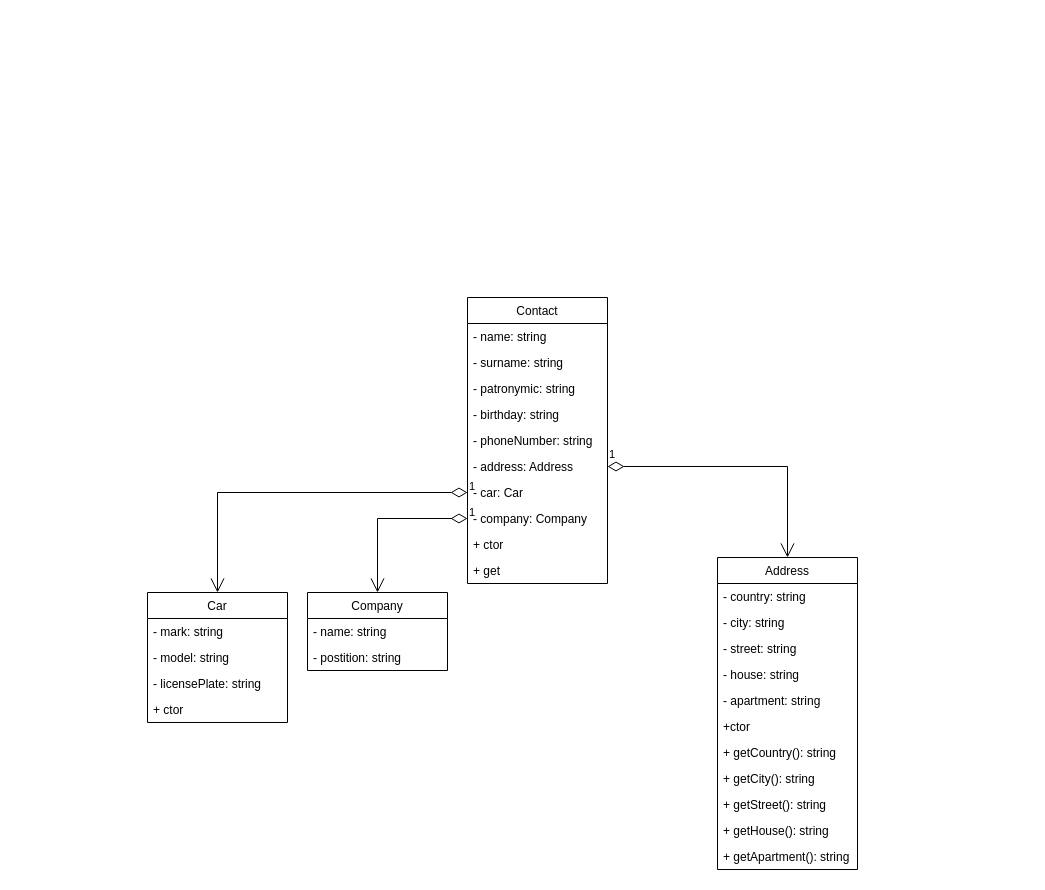
The draw.io diagram UML/Class diagram.drawio in bondarenkoigor/UML-practice, before the edit. Source tidied: cells renumbered, new cells numbered last; positions are measured from the earlier drawing's top-left corner, leaving out a move shared by most shapes. Both pictures are drawn from the tidied source at 100%, with x=0, y=0 at pixel (147, 297).
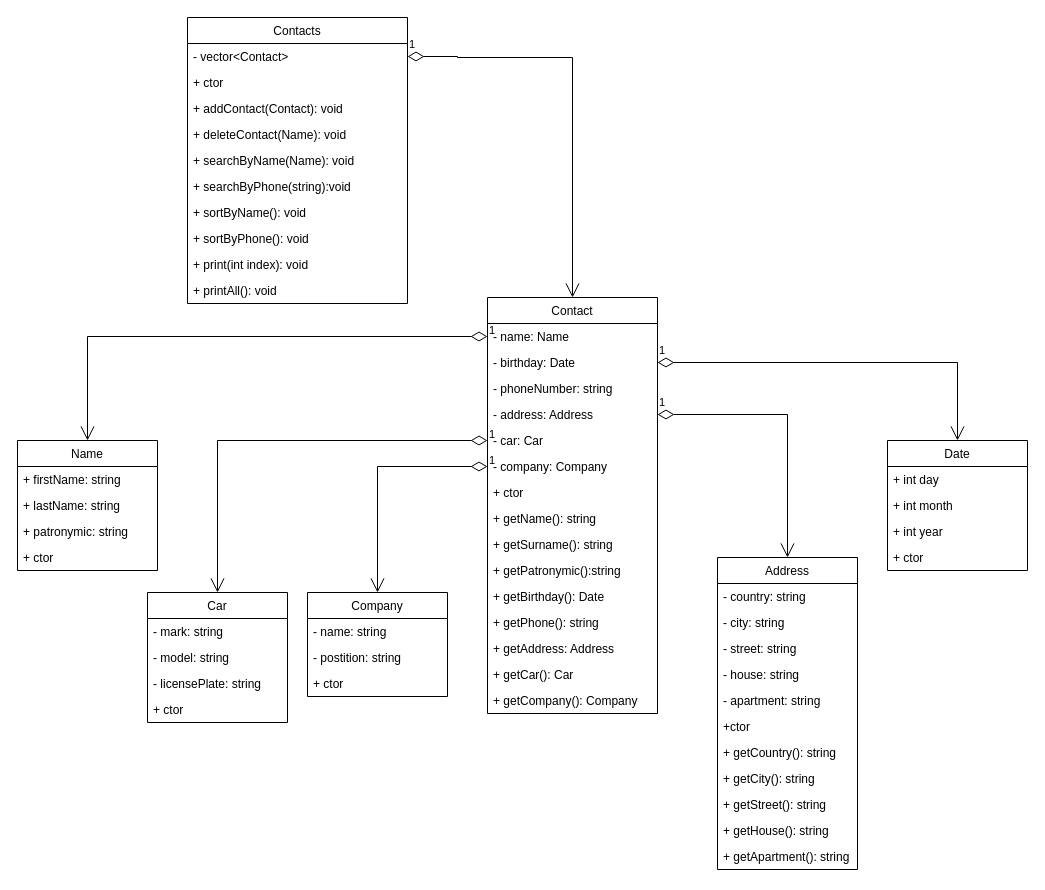
Above is the later version.

Change to the diagram source:
```diff
@@
     <mxCell id="2" value="Contact" style="swimlane;fontStyle=0;horizontal=1;startSize=26;fillColor=none;" parent="1" vertex="1">
-      <mxGeometry x="320" width="140" height="286" as="geometry" />
+      <mxGeometry x="340" width="170" height="416" as="geometry" />
     </mxCell>
-    <mxCell id="3" value="- name: string" style="text;strokeColor=none;fillColor=none;align=left;verticalAlign=top;spacingLeft=4;spacingRight=4;overflow=hidden;" parent="2" vertex="1">
-      <mxGeometry y="26" width="140" height="26" as="geometry" />
-    </mxCell>
-    <mxCell id="4" value="- surname: string" style="text;strokeColor=none;fillColor=none;align=left;verticalAlign=top;spacingLeft=4;spacingRight=4;overflow=hidden;" parent="2" vertex="1">
-      <mxGeometry y="52" width="140" height="26" as="geometry" />
-    </mxCell>
-    <mxCell id="5" value="- patronymic: string" style="text;strokeColor=none;fillColor=none;align=left;verticalAlign=top;spacingLeft=4;spacingRight=4;overflow=hidden;" parent="2" vertex="1">
-      <mxGeometry y="78" width="140" height="26" as="geometry" />
-    </mxCell>
+    <mxCell id="36" value="- name: Name" style="text;strokeColor=none;fillColor=none;align=left;verticalAlign=top;spacingLeft=4;spacingRight=4;overflow=hidden;points=[[0,0.5],[1,0.5]];portConstraint=eastwest;" parent="2" vertex="1">
+      <mxGeometry y="26" width="170" height="26" as="geometry" />
+    </mxCell>
-    <mxCell id="6" value="- birthday: string" style="text;strokeColor=none;fillColor=none;align=left;verticalAlign=top;spacingLeft=4;spacingRight=4;overflow=hidden;points=[[0,0.5],[1,0.5]];portConstraint=eastwest;" parent="2" vertex="1">
-      <mxGeometry y="104" width="140" height="26" as="geometry" />
+    <mxCell id="6" value="- birthday: Date" style="text;strokeColor=none;fillColor=none;align=left;verticalAlign=top;spacingLeft=4;spacingRight=4;overflow=hidden;points=[[0,0.5],[1,0.5]];portConstraint=eastwest;" parent="2" vertex="1">
+      <mxGeometry y="52" width="170" height="26" as="geometry" />
     </mxCell>
     <mxCell id="7" value="- phoneNumber: string" style="text;strokeColor=none;fillColor=none;align=left;verticalAlign=top;spacingLeft=4;spacingRight=4;overflow=hidden;" parent="2" vertex="1">
-      <mxGeometry y="130" width="140" height="26" as="geometry" />
+      <mxGeometry y="78" width="170" height="26" as="geometry" />
     </mxCell>
     <mxCell id="8" value="- address: Address" style="text;strokeColor=none;fillColor=none;align=left;verticalAlign=top;spacingLeft=4;spacingRight=4;overflow=hidden;points=[[0,0.5],[1,0.5]];portConstraint=eastwest;" parent="2" vertex="1">
-      <mxGeometry y="156" width="140" height="26" as="geometry" />
+      <mxGeometry y="104" width="170" height="26" as="geometry" />
     </mxCell>
     <mxCell id="9" value="- car: Car" style="text;strokeColor=none;fillColor=none;align=left;verticalAlign=top;spacingLeft=4;spacingRight=4;overflow=hidden;points=[[0,0.5],[1,0.5]];portConstraint=eastwest;" parent="2" vertex="1">
-      <mxGeometry y="182" width="140" height="26" as="geometry" />
+      <mxGeometry y="130" width="170" height="26" as="geometry" />
     </mxCell>
     <mxCell id="10" value="- company: Company" style="text;strokeColor=none;fillColor=none;align=left;verticalAlign=top;spacingLeft=4;spacingRight=4;overflow=hidden;points=[[0,0.5],[1,0.5]];portConstraint=eastwest;" parent="2" vertex="1">
-      <mxGeometry y="208" width="140" height="26" as="geometry" />
+      <mxGeometry y="156" width="170" height="26" as="geometry" />
     </mxCell>
     <mxCell id="11" value="+ ctor" style="text;strokeColor=none;fillColor=none;align=left;verticalAlign=top;spacingLeft=4;spacingRight=4;overflow=hidden;" parent="2" vertex="1">
-      <mxGeometry y="234" width="140" height="26" as="geometry" />
+      <mxGeometry y="182" width="170" height="26" as="geometry" />
     </mxCell>
-    <mxCell id="12" value="+ get" style="text;strokeColor=none;fillColor=none;align=left;verticalAlign=top;spacingLeft=4;spacingRight=4;overflow=hidden;" parent="2" vertex="1">
-      <mxGeometry y="260" width="140" height="26" as="geometry" />
+    <mxCell id="12" value="+ getName(): string" style="text;strokeColor=none;fillColor=none;align=left;verticalAlign=top;spacingLeft=4;spacingRight=4;overflow=hidden;" parent="2" vertex="1">
+      <mxGeometry y="208" width="170" height="26" as="geometry" />
     </mxCell>
+    <mxCell id="37" value="+ getSurname(): string" style="text;strokeColor=none;fillColor=none;align=left;verticalAlign=top;spacingLeft=4;spacingRight=4;overflow=hidden;" parent="2" vertex="1">
+      <mxGeometry y="234" width="170" height="26" as="geometry" />
+    </mxCell>
+    <mxCell id="38" value="+ getPatronymic():string " style="text;strokeColor=none;fillColor=none;align=left;verticalAlign=top;spacingLeft=4;spacingRight=4;overflow=hidden;" parent="2" vertex="1">
+      <mxGeometry y="260" width="170" height="26" as="geometry" />
+    </mxCell>
+    <mxCell id="39" value="+ getBirthday(): Date" style="text;strokeColor=none;fillColor=none;align=left;verticalAlign=top;spacingLeft=4;spacingRight=4;overflow=hidden;" parent="2" vertex="1">
+      <mxGeometry y="286" width="170" height="26" as="geometry" />
+    </mxCell>
+    <mxCell id="40" value="+ getPhone(): string" style="text;strokeColor=none;fillColor=none;align=left;verticalAlign=top;spacingLeft=4;spacingRight=4;overflow=hidden;" parent="2" vertex="1">
+      <mxGeometry y="312" width="170" height="26" as="geometry" />
+    </mxCell>
+    <mxCell id="41" value="+ getAddress: Address" style="text;strokeColor=none;fillColor=none;align=left;verticalAlign=top;spacingLeft=4;spacingRight=4;overflow=hidden;" parent="2" vertex="1">
+      <mxGeometry y="338" width="170" height="26" as="geometry" />
+    </mxCell>
+    <mxCell id="42" value="+ getCar(): Car" style="text;strokeColor=none;fillColor=none;align=left;verticalAlign=top;spacingLeft=4;spacingRight=4;overflow=hidden;" parent="2" vertex="1">
+      <mxGeometry y="364" width="170" height="26" as="geometry" />
+    </mxCell>
+    <mxCell id="43" value="+ getCompany(): Company" style="text;strokeColor=none;fillColor=none;align=left;verticalAlign=top;spacingLeft=4;spacingRight=4;overflow=hidden;" parent="2" vertex="1">
+      <mxGeometry y="390" width="170" height="26" as="geometry" />
+    </mxCell>
@@
     <mxCell id="32" value="Company" style="swimlane;fontStyle=0;horizontal=1;startSize=26;fillColor=none;" parent="1" vertex="1">
-      <mxGeometry x="160" y="295" width="140" height="78" as="geometry" />
+      <mxGeometry x="160" y="295" width="140" height="104" as="geometry" />
     </mxCell>
@@
+    <mxCell id="44" value="+ ctor" style="text;strokeColor=none;fillColor=none;align=left;verticalAlign=top;spacingLeft=4;spacingRight=4;overflow=hidden;" parent="32" vertex="1">
+      <mxGeometry y="78" width="140" height="26" as="geometry" />
+    </mxCell>
@@
+    <mxCell id="45" value="Date" style="swimlane;fontStyle=0;horizontal=1;startSize=26;fillColor=none;" parent="1" vertex="1">
+      <mxGeometry x="740" y="143" width="140" height="130" as="geometry" />
+    </mxCell>
+    <mxCell id="46" value="+ int day" style="text;strokeColor=none;fillColor=none;align=left;verticalAlign=top;spacingLeft=4;spacingRight=4;overflow=hidden;" parent="45" vertex="1">
+      <mxGeometry y="26" width="140" height="26" as="geometry" />
+    </mxCell>
+    <mxCell id="47" value="+ int month" style="text;strokeColor=none;fillColor=none;align=left;verticalAlign=top;spacingLeft=4;spacingRight=4;overflow=hidden;" parent="45" vertex="1">
+      <mxGeometry y="52" width="140" height="26" as="geometry" />
+    </mxCell>
+    <mxCell id="48" value="+ int year" style="text;strokeColor=none;fillColor=none;align=left;verticalAlign=top;spacingLeft=4;spacingRight=4;overflow=hidden;" parent="45" vertex="1">
+      <mxGeometry y="78" width="140" height="26" as="geometry" />
+    </mxCell>
+    <mxCell id="49" value="+ ctor" style="text;strokeColor=none;fillColor=none;align=left;verticalAlign=top;spacingLeft=4;spacingRight=4;overflow=hidden;" parent="45" vertex="1">
+      <mxGeometry y="104" width="140" height="26" as="geometry" />
+    </mxCell>
+    <mxCell id="50" value="1" style="endArrow=open;html=1;endSize=12;startArrow=diamondThin;startSize=14;startFill=0;edgeStyle=orthogonalEdgeStyle;align=left;verticalAlign=bottom;rounded=0;exitX=1;exitY=0.5;exitDx=0;exitDy=0;entryX=0.5;entryY=0;entryDx=0;entryDy=0;" parent="1" edge="1" source="6" target="45">
+      <mxGeometry x="-1" y="3" relative="1" as="geometry" />
+    </mxCell>
+    <mxCell id="51" value="Contacts" style="swimlane;fontStyle=0;horizontal=1;startSize=26;fillColor=none;" parent="1" vertex="1">
+      <mxGeometry x="40" y="-280" width="220" height="286" as="geometry" />
+    </mxCell>
+    <mxCell id="52" value="- vector&lt;Contact&gt;" style="text;strokeColor=none;fillColor=none;align=left;verticalAlign=top;spacingLeft=4;spacingRight=4;overflow=hidden;points=[[0,0.5],[1,0.5]];portConstraint=eastwest;" parent="51" vertex="1">
+      <mxGeometry y="26" width="220" height="26" as="geometry" />
+    </mxCell>
+    <mxCell id="53" value="+ ctor" style="text;strokeColor=none;fillColor=none;align=left;verticalAlign=top;spacingLeft=4;spacingRight=4;overflow=hidden;" parent="51" vertex="1">
+      <mxGeometry y="52" width="220" height="26" as="geometry" />
+    </mxCell>
+    <mxCell id="54" value="+ addContact(Contact): void" style="text;strokeColor=none;fillColor=none;align=left;verticalAlign=top;spacingLeft=4;spacingRight=4;overflow=hidden;" parent="51" vertex="1">
+      <mxGeometry y="78" width="220" height="26" as="geometry" />
+    </mxCell>
+    <mxCell id="55" value="+ deleteContact(Name): void" style="text;strokeColor=none;fillColor=none;align=left;verticalAlign=top;spacingLeft=4;spacingRight=4;overflow=hidden;" parent="51" vertex="1">
+      <mxGeometry y="104" width="220" height="26" as="geometry" />
+    </mxCell>
+    <mxCell id="56" value="+ searchByName(Name): void" style="text;strokeColor=none;fillColor=none;align=left;verticalAlign=top;spacingLeft=4;spacingRight=4;overflow=hidden;" parent="51" vertex="1">
+      <mxGeometry y="130" width="220" height="26" as="geometry" />
+    </mxCell>
+    <mxCell id="57" value="+ searchByPhone(string):void" style="text;strokeColor=none;fillColor=none;align=left;verticalAlign=top;spacingLeft=4;spacingRight=4;overflow=hidden;" parent="51" vertex="1">
+      <mxGeometry y="156" width="220" height="26" as="geometry" />
+    </mxCell>
+    <mxCell id="58" value="+ sortByName(): void" style="text;strokeColor=none;fillColor=none;align=left;verticalAlign=top;spacingLeft=4;spacingRight=4;overflow=hidden;" parent="51" vertex="1">
+      <mxGeometry y="182" width="220" height="26" as="geometry" />
+    </mxCell>
+    <mxCell id="59" value="+ sortByPhone(): void" style="text;strokeColor=none;fillColor=none;align=left;verticalAlign=top;spacingLeft=4;spacingRight=4;overflow=hidden;" parent="51" vertex="1">
+      <mxGeometry y="208" width="220" height="26" as="geometry" />
+    </mxCell>
+    <mxCell id="60" value="+ print(int index): void" style="text;strokeColor=none;fillColor=none;align=left;verticalAlign=top;spacingLeft=4;spacingRight=4;overflow=hidden;" parent="51" vertex="1">
+      <mxGeometry y="234" width="220" height="26" as="geometry" />
+    </mxCell>
+    <mxCell id="61" value="+ printAll(): void" style="text;strokeColor=none;fillColor=none;align=left;verticalAlign=top;spacingLeft=4;spacingRight=4;overflow=hidden;" parent="51" vertex="1">
+      <mxGeometry y="260" width="220" height="26" as="geometry" />
+    </mxCell>
+    <mxCell id="62" value="Name" style="swimlane;fontStyle=0;horizontal=1;startSize=26;fillColor=none;" parent="1" vertex="1">
+      <mxGeometry x="-130" y="143" width="140" height="130" as="geometry" />
+    </mxCell>
+    <mxCell id="63" value="+ firstName: string" style="text;strokeColor=none;fillColor=none;align=left;verticalAlign=top;spacingLeft=4;spacingRight=4;overflow=hidden;" parent="62" vertex="1">
+      <mxGeometry y="26" width="140" height="26" as="geometry" />
+    </mxCell>
+    <mxCell id="64" value="+ lastName: string" style="text;strokeColor=none;fillColor=none;align=left;verticalAlign=top;spacingLeft=4;spacingRight=4;overflow=hidden;" parent="62" vertex="1">
+      <mxGeometry y="52" width="140" height="26" as="geometry" />
+    </mxCell>
+    <mxCell id="65" value="+ patronymic: string" style="text;strokeColor=none;fillColor=none;align=left;verticalAlign=top;spacingLeft=4;spacingRight=4;overflow=hidden;" parent="62" vertex="1">
+      <mxGeometry y="78" width="140" height="26" as="geometry" />
+    </mxCell>
+    <mxCell id="66" value="+ ctor" style="text;strokeColor=none;fillColor=none;align=left;verticalAlign=top;spacingLeft=4;spacingRight=4;overflow=hidden;" parent="62" vertex="1">
+      <mxGeometry y="104" width="140" height="26" as="geometry" />
+    </mxCell>
+    <mxCell id="67" value="1" style="endArrow=open;html=1;endSize=12;startArrow=diamondThin;startSize=14;startFill=0;edgeStyle=orthogonalEdgeStyle;align=left;verticalAlign=bottom;rounded=0;exitX=0;exitY=0.5;exitDx=0;exitDy=0;entryX=0.5;entryY=0;entryDx=0;entryDy=0;" parent="1" edge="1" source="36" target="62">
+      <mxGeometry x="-1" y="3" relative="1" as="geometry" />
+    </mxCell>
+    <mxCell id="68" value="1" style="endArrow=open;html=1;endSize=12;startArrow=diamondThin;startSize=14;startFill=0;edgeStyle=orthogonalEdgeStyle;align=left;verticalAlign=bottom;rounded=0;exitX=1;exitY=0.5;exitDx=0;exitDy=0;entryX=0.5;entryY=0;entryDx=0;entryDy=0;" parent="1" edge="1" source="52" target="2">
+      <mxGeometry x="-1" y="3" relative="1" as="geometry">
+        <Array as="points">
+          <mxPoint x="310" y="-241" />
+          <mxPoint x="425" y="-240" />
+        </Array>
+      </mxGeometry>
+    </mxCell>
```
